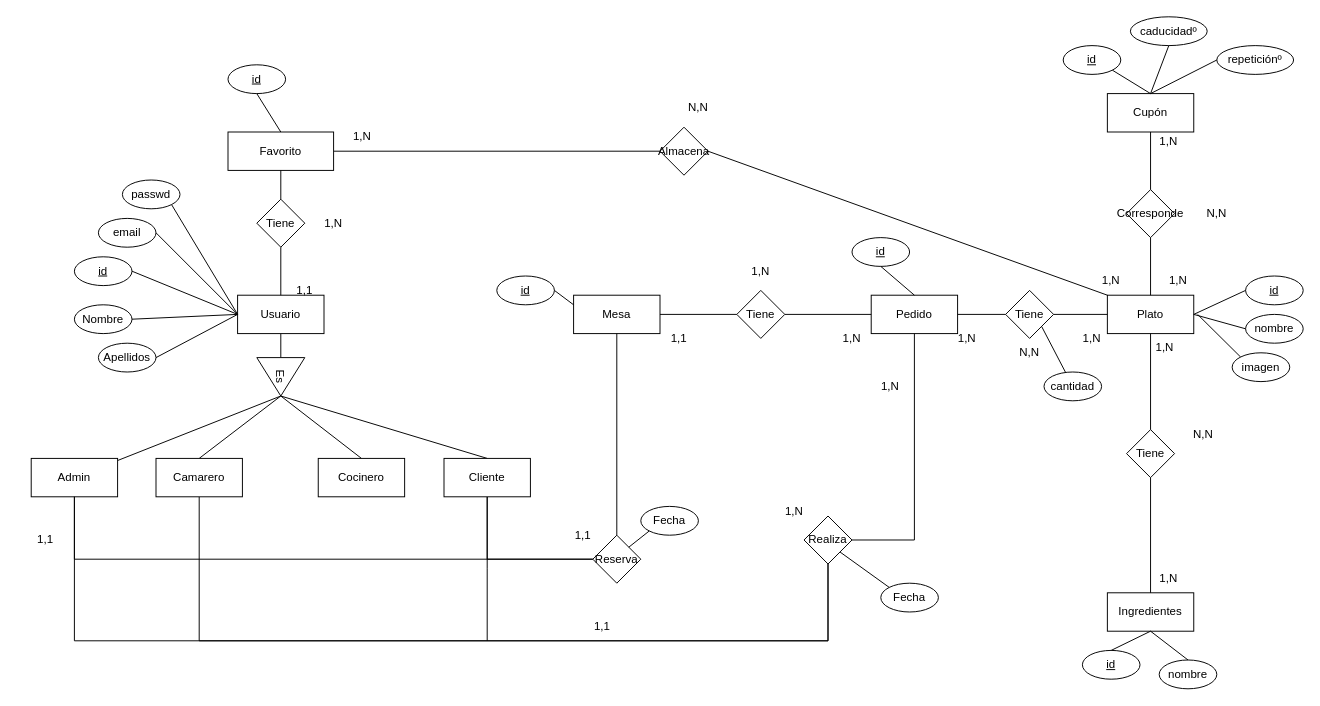
This is .TFM_files/MER/MesonSagradaFamilia.drawio.xml from raulfarce01/elEntaruate, a draw.io file, before an edit. Source tidied: cells renumbered, new cells numbered last; positions are measured from the earlier drawing's top-left corner, leaving out a move shared by most shapes. Both pictures are drawn from the tidied source at 96%, with x=0, y=0 at pixel (16, 16).
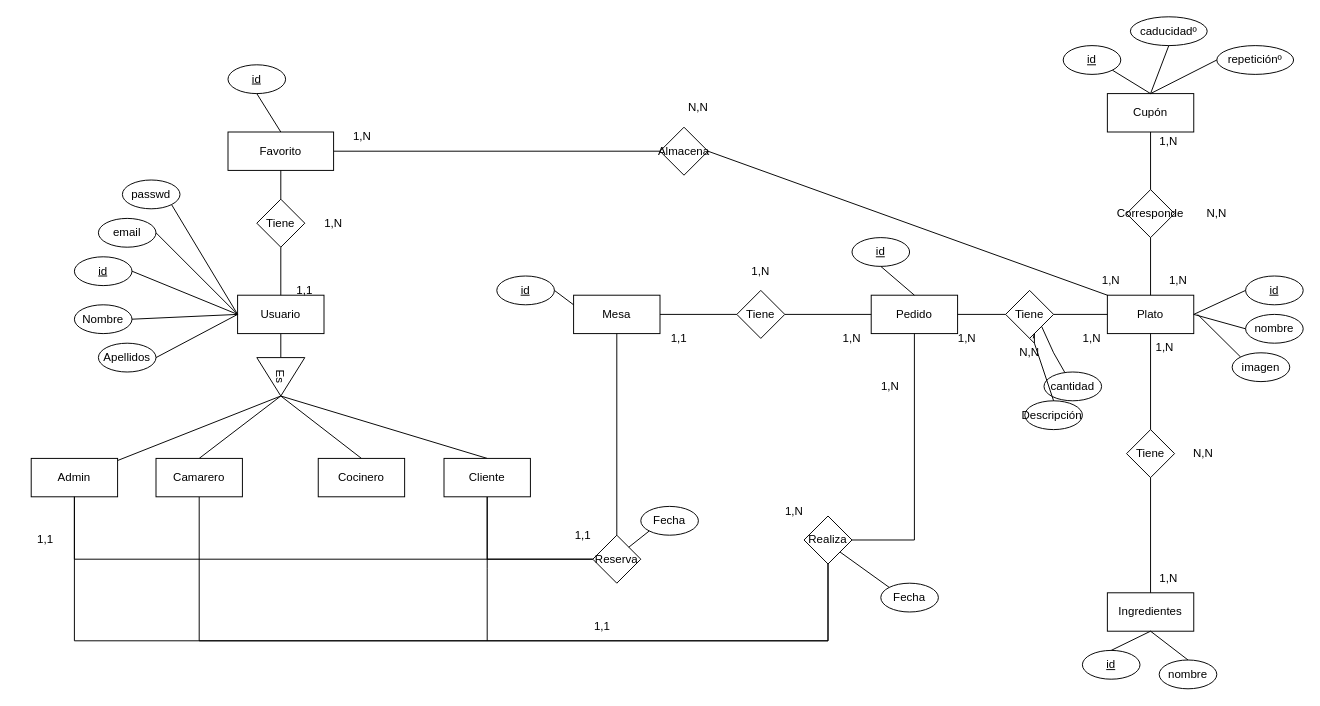
Above is the later version.

Commit message (it also covers changes not shown here):
Añadida descripción a pedidos en MER

Unchanged cells that the change refers to:
```xml
<mxCell id="24" value="Tiene" style="rhombus;whiteSpace=wrap;html=1;" parent="1" vertex="1">
  <mxGeometry x="1030" y="285" width="50" height="50" as="geometry" />
</mxCell>
<mxCell id="69" value="cantidad" style="ellipse;whiteSpace=wrap;html=1;" parent="1" vertex="1">
  <mxGeometry x="1070" y="370" width="60" height="30" as="geometry" />
</mxCell>
```

What changed in the source:
```diff
@@
     <mxCell id="23" style="rounded=0;jettySize=auto;html=1;exitX=1;exitY=1;exitDx=0;exitDy=0;endArrow=none;endFill=0;" parent="1" edge="1" source="24" target="69">
-      <mxGeometry relative="1" as="geometry" />
+      <mxGeometry relative="1" as="geometry">
+        <Array as="points">
+          <mxPoint x="1080" y="350" />
+        </Array>
+      </mxGeometry>
     </mxCell>
@@
-    <mxCell id="57" value="N,N" style="text;html=1;align=center;verticalAlign=middle;whiteSpace=wrap;rounded=0;" parent="1" vertex="1">
-      <mxGeometry x="1025" y="335" width="60" height="30" as="geometry" />
-    </mxCell>
@@
     <mxCell id="66" value="N,N" style="text;html=1;align=center;verticalAlign=middle;whiteSpace=wrap;rounded=0;" parent="1" vertex="1">
-      <mxGeometry x="1206" y="420" width="60" height="30" as="geometry" />
+      <mxGeometry x="1206" y="440" width="60" height="30" as="geometry" />
     </mxCell>
@@
+    <mxCell id="106" value="Descripción&amp;nbsp;" style="ellipse;whiteSpace=wrap;html=1;" parent="1" vertex="1">
+      <mxGeometry x="1050" y="400" width="60" height="30" as="geometry" />
+    </mxCell>
+    <mxCell id="107" style="rounded=0;jettySize=auto;html=1;endArrow=none;endFill=0;entryX=0.5;entryY=0;entryDx=0;entryDy=0;" parent="1" edge="1" source="57" target="106">
+      <mxGeometry relative="1" as="geometry">
+        <Array as="points">
+          <mxPoint x="1060" y="330" />
+          <mxPoint x="1060" y="340" />
+        </Array>
+      </mxGeometry>
+    </mxCell>
+    <mxCell id="108" style="rounded=0;jettySize=auto;html=1;endArrow=none;endFill=0;entryX=0.5;entryY=0;entryDx=0;entryDy=0;" parent="1" edge="1" target="57">
+      <mxGeometry relative="1" as="geometry">
+        <mxPoint x="1060" y="340" as="sourcePoint" />
+      </mxGeometry>
+    </mxCell>
+    <mxCell id="57" value="N,N" style="text;html=1;align=center;verticalAlign=middle;whiteSpace=wrap;rounded=0;" parent="1" vertex="1">
+      <mxGeometry x="1025" y="335" width="60" height="30" as="geometry" />
+    </mxCell>
```
